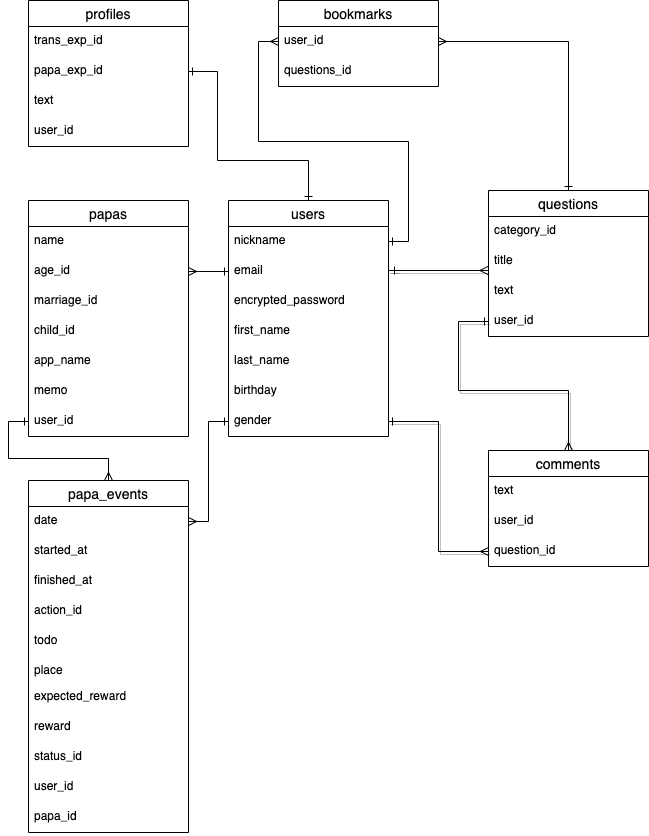
The draw.io diagram ER.drawio.png in Chukoto/wyvez-test, before a commit. Source tidied: cells renumbered, new cells last; positions are measured from the earlier drawing's top-left corner, leaving out a move shared by most shapes.
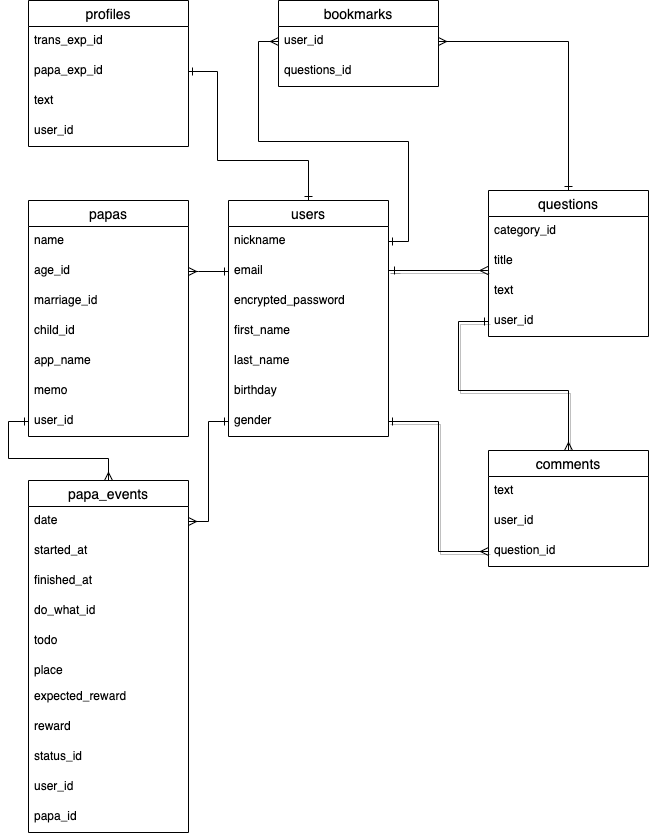
After the commit.

Commit message:
action_idをdo_what_idに変更

The edit, as a diff of the source:
```diff
@@ -164,7 +164,7 @@
     <mxCell id="46" value="finished_at" style="text;strokeColor=none;fillColor=none;spacingLeft=4;spacingRight=4;overflow=hidden;fontSize=12;" parent="43" vertex="1">
       <mxGeometry y="86" width="160" height="30" as="geometry" />
     </mxCell>
-    <mxCell id="47" value="action_id" style="text;strokeColor=none;fillColor=none;spacingLeft=4;spacingRight=4;overflow=hidden;fontSize=12;" parent="43" vertex="1">
+    <mxCell id="47" value="do_what_id" style="text;strokeColor=none;fillColor=none;spacingLeft=4;spacingRight=4;overflow=hidden;fontSize=12;" parent="43" vertex="1">
       <mxGeometry y="116" width="160" height="30" as="geometry" />
     </mxCell>
     <mxCell id="48" value="todo" style="text;strokeColor=none;fillColor=none;spacingLeft=4;spacingRight=4;overflow=hidden;fontSize=12;" parent="43" vertex="1">
```
